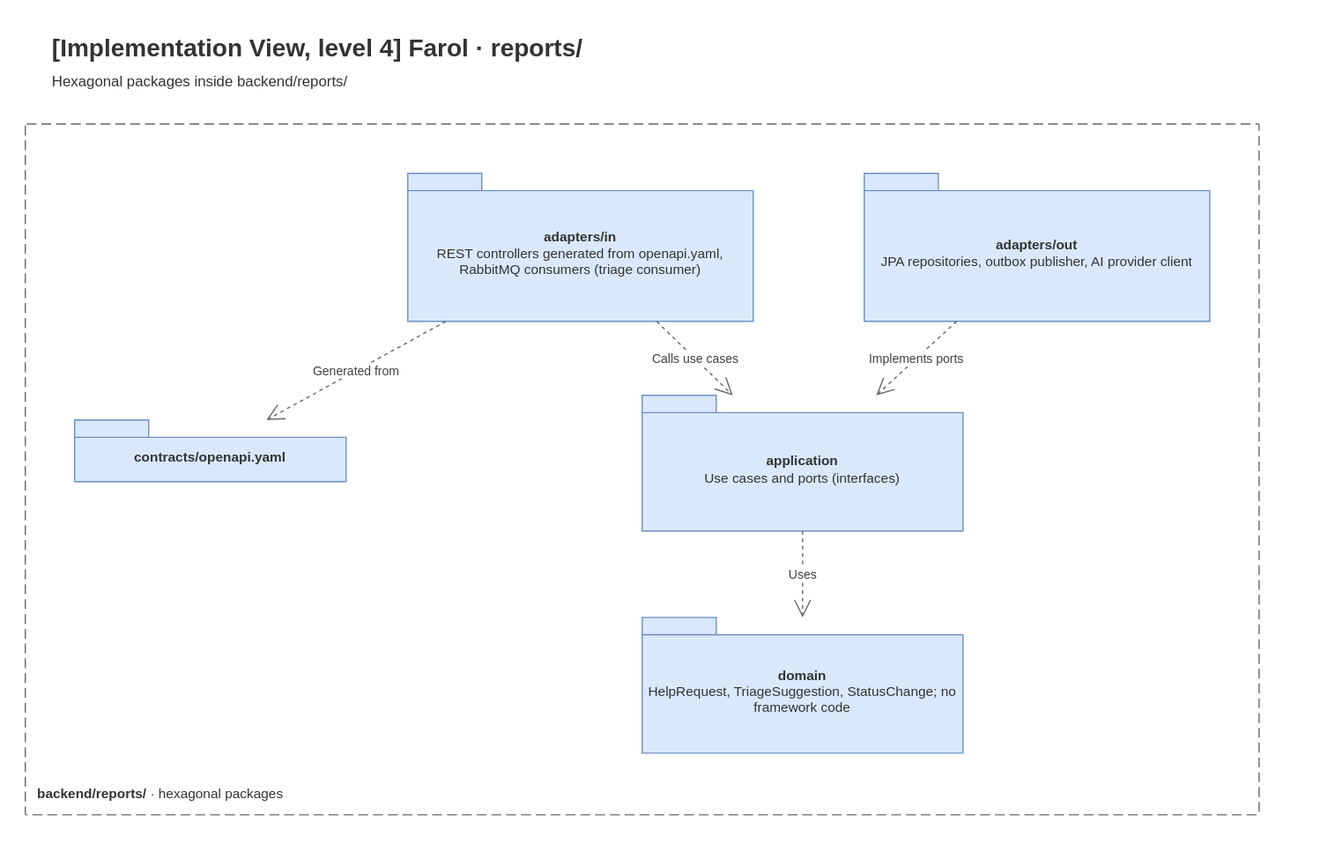
Before: Docs/Technical/diagrams/implementation-view-level-4-reports.drawio.svg, a diagram exported from draw.io (tomasoliveira21/LABDSOF). Source tidied: cells renumbered, new cells last; positions are measured from the earlier drawing's top-left corner, leaving out a move shared by most shapes.
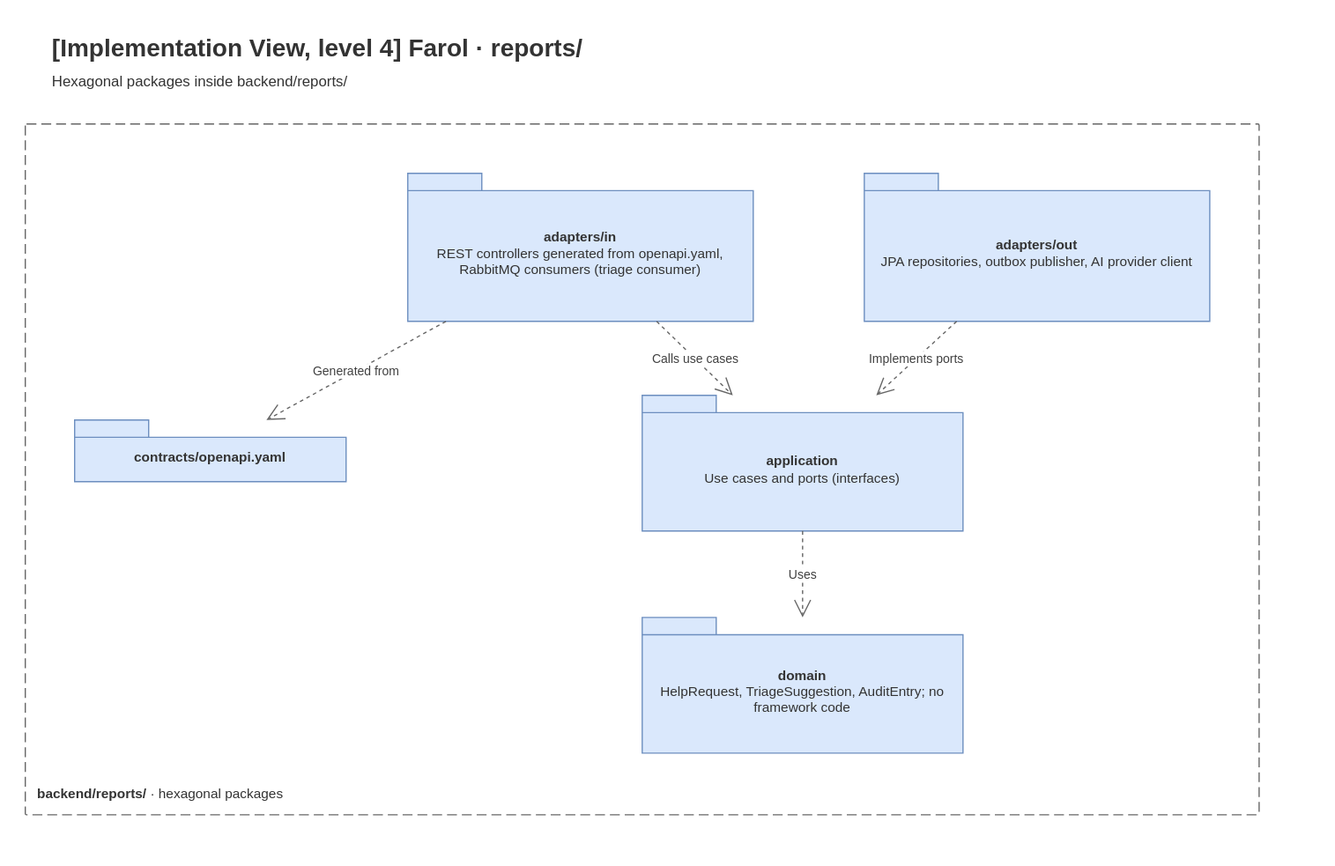
After the commit.

Change to the diagram source:
```diff
@@ -20,7 +20,7 @@
     <mxCell id="7" value="&lt;b&gt;application&lt;/b&gt;&lt;br&gt;Use cases and ports (interfaces)" style="shape=folder;tabWidth=60;tabHeight=14;tabPosition=left;whiteSpace=wrap;html=1;fillColor=#dae8fc;strokeColor=#6c8ebf;fontColor=#333333;fontSize=11;spacingTop=10;" parent="1" vertex="1">
       <mxGeometry x="500" y="300" width="260" height="110" as="geometry" />
     </mxCell>
-    <mxCell id="8" value="&lt;b&gt;domain&lt;/b&gt;&lt;br&gt;HelpRequest, TriageSuggestion, StatusChange; no framework code" style="shape=folder;tabWidth=60;tabHeight=14;tabPosition=left;whiteSpace=wrap;html=1;fillColor=#dae8fc;strokeColor=#6c8ebf;fontColor=#333333;fontSize=11;spacingTop=10;" parent="1" vertex="1">
+    <mxCell id="8" value="&lt;b&gt;domain&lt;/b&gt;&lt;br&gt;HelpRequest, TriageSuggestion, AuditEntry; no framework code" style="shape=folder;tabWidth=60;tabHeight=14;tabPosition=left;whiteSpace=wrap;html=1;fillColor=#dae8fc;strokeColor=#6c8ebf;fontColor=#333333;fontSize=11;spacingTop=10;" parent="1" vertex="1">
       <mxGeometry x="500" y="480" width="260" height="110" as="geometry" />
     </mxCell>
     <mxCell id="9" value="Generated from" style="endArrow=open;dashed=1;html=1;fontSize=10;fontColor=#404040;strokeColor=#666666;endSize=12;rounded=0;labelBackgroundColor=#ffffff;" parent="1" edge="1" source="5" target="4">
```
